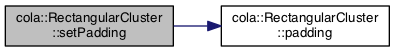
The Graphviz diagram documentation/classcola_1_1RectangularCluster_aa651e97fd7fb86c036c6acc5bdb3a817_cgraph.png in mjwybrow/adaptagrams, before a commit. Its source is kept beside it as documentation/classcola_1_1RectangularCluster_aa651e97fd7fb86c036c6acc5bdb3a817_cgraph.dot.
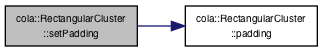
Above is the later version.

Diff of the diagram source:
```diff
@@ -3,7 +3,7 @@
   edge [fontname="Helvetica",fontsize="10",labelfontname="Helvetica",labelfontsize="10"];
   node [fontname="Helvetica",fontsize="10",shape=record];
   rankdir="LR";
-  Node1 [label="cola::RectangularCluster\l::setPadding",height=0.2,width=0.4,color="black", fillcolor="grey75", style="filled", fontcolor="black"];
-  Node1 -> Node2 [color="midnightblue",fontsize="10",style="solid",fontname="Helvetica"];
-  Node2 [label="cola::RectangularCluster\l::padding",height=0.2,width=0.4,color="black", fillcolor="white", style="filled",URL="$classcola_1_1RectangularCluster.html#a890a671ea7af2fcf197c382c67db1033",tooltip="Returns the padding box for this cluster. "];
+  Node18 [label="cola::RectangularCluster\l::setPadding",height=0.2,width=0.4,color="black", fillcolor="grey75", style="filled", fontcolor="black"];
+  Node18 -> Node19 [color="midnightblue",fontsize="10",style="solid",fontname="Helvetica"];
+  Node19 [label="cola::RectangularCluster\l::padding",height=0.2,width=0.4,color="black", fillcolor="white", style="filled",URL="$classcola_1_1RectangularCluster.html#a0542b91b59414f9edcab7fd8e3588c18",tooltip="Returns the padding box for this cluster. "];
 }
```
